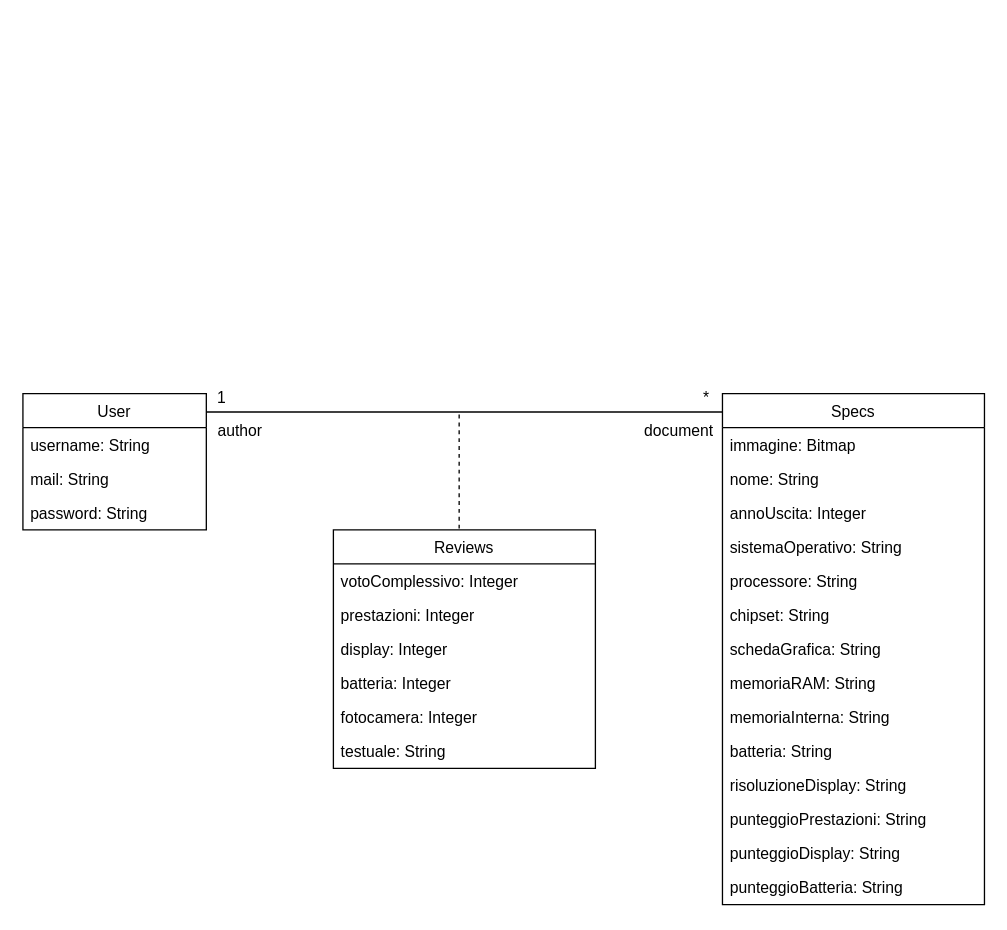
The draw.io diagram doc/diagrammi/ClassDiagram.drawio in alfonsograziano/Progetto-IS-FIA, before the edit. Source tidied: cells renumbered, new cells numbered last; positions are measured from the earlier drawing's top-left corner, leaving out a move shared by most shapes. Both pictures are drawn from the tidied source at 131%, with x=0, y=0 at pixel (22, 385).
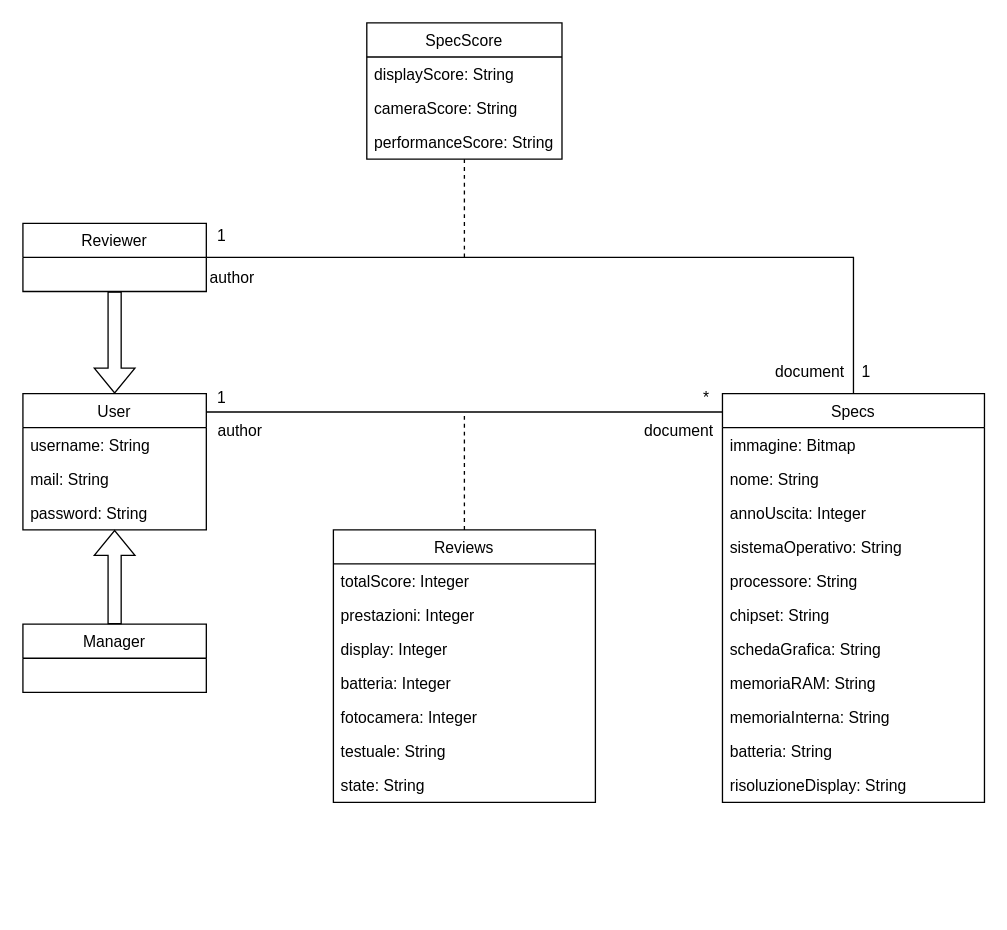
The same page after the edit.

Unchanged cells that the change refers to:
```xml
<mxCell id="7" value="User" style="swimlane;fontStyle=0;horizontal=1;startSize=26;fillColor=none;fontSize=12;" parent="1" vertex="1">
  <mxGeometry y="6" width="140" height="104" as="geometry" />
</mxCell>
```

Change to the diagram source:
```diff
@@
     <mxCell id="11" value="Specs" style="swimlane;fontStyle=0;horizontal=1;startSize=26;fillColor=none;fontSize=12;" parent="1" vertex="1">
-      <mxGeometry x="534" y="6" width="200" height="390" as="geometry" />
+      <mxGeometry x="534" y="6" width="200" height="312" as="geometry" />
     </mxCell>
@@
-    <mxCell id="23" value="punteggioPrestazioni: String" style="text;strokeColor=none;fillColor=none;align=left;verticalAlign=top;spacingLeft=4;spacingRight=4;overflow=hidden;" parent="11" vertex="1">
-      <mxGeometry y="312" width="200" height="26" as="geometry" />
-    </mxCell>
-    <mxCell id="24" value="punteggioDisplay: String" style="text;strokeColor=none;fillColor=none;align=left;verticalAlign=top;spacingLeft=4;spacingRight=4;overflow=hidden;" parent="11" vertex="1">
-      <mxGeometry y="338" width="200" height="26" as="geometry" />
-    </mxCell>
-    <mxCell id="25" value="punteggioBatteria: String" style="text;strokeColor=none;fillColor=none;align=left;verticalAlign=top;spacingLeft=4;spacingRight=4;overflow=hidden;" parent="11" vertex="1">
-      <mxGeometry y="364" width="200" height="26" as="geometry" />
-    </mxCell>
-    <mxCell id="26" style="endArrow=none;dashed=1;html=1;" parent="1" edge="1">
-      <mxGeometry relative="1" as="geometry">
-        <mxPoint x="333" y="109" as="sourcePoint" />
-        <mxPoint x="333" y="20" as="targetPoint" />
-      </mxGeometry>
-    </mxCell>
+    <mxCell id="34" style="edgeStyle=orthogonalEdgeStyle;rounded=0;jettySize=auto;html=1;dashed=1;endArrow=none;endFill=0;" parent="1" edge="1" source="27">
+      <mxGeometry relative="1" as="geometry">
+        <mxPoint x="337" y="20" as="targetPoint" />
+      </mxGeometry>
+    </mxCell>
     <mxCell id="27" value="Reviews" style="swimlane;fontStyle=0;horizontal=1;startSize=26;fillColor=none;fontSize=12;" parent="1" vertex="1">
-      <mxGeometry x="237" y="110" width="200" height="182" as="geometry" />
+      <mxGeometry x="237" y="110" width="200" height="208" as="geometry" />
     </mxCell>
-    <mxCell id="28" value="votoComplessivo: Integer" style="text;strokeColor=none;fillColor=none;align=left;verticalAlign=top;spacingLeft=4;spacingRight=4;overflow=hidden;" parent="27" vertex="1">
+    <mxCell id="28" value="totalScore: Integer" style="text;strokeColor=none;fillColor=none;align=left;verticalAlign=top;spacingLeft=4;spacingRight=4;overflow=hidden;" parent="27" vertex="1">
       <mxGeometry y="26" width="200" height="26" as="geometry" />
     </mxCell>
@@
+    <mxCell id="35" value="state: String" style="text;strokeColor=none;fillColor=none;align=left;verticalAlign=top;spacingLeft=4;spacingRight=4;overflow=hidden;" parent="27" vertex="1">
+      <mxGeometry y="182" width="200" height="26" as="geometry" />
+    </mxCell>
+    <mxCell id="36" style="edgeStyle=orthogonalEdgeStyle;shape=flexArrow;rounded=0;jettySize=auto;html=1;entryX=0.5;entryY=1;entryDx=0;entryDy=0;" parent="1" edge="1" source="37" target="7">
+      <mxGeometry relative="1" as="geometry" />
+    </mxCell>
+    <mxCell id="37" value="Manager" style="swimlane;fontStyle=0;horizontal=1;startSize=26;fillColor=none;fontSize=12;" parent="1" vertex="1">
+      <mxGeometry y="182" width="140" height="52" as="geometry" />
+    </mxCell>
+    <mxCell id="38" style="edgeStyle=orthogonalEdgeStyle;shape=flexArrow;rounded=0;jettySize=auto;html=1;entryX=0.5;entryY=0;entryDx=0;entryDy=0;" parent="1" edge="1" source="40" target="7">
+      <mxGeometry relative="1" as="geometry" />
+    </mxCell>
+    <mxCell id="39" style="edgeStyle=orthogonalEdgeStyle;rounded=0;jettySize=auto;html=1;entryX=0.5;entryY=0;entryDx=0;entryDy=0;endArrow=none;endFill=0;" parent="1" edge="1" source="40" target="11">
+      <mxGeometry relative="1" as="geometry" />
+    </mxCell>
+    <mxCell id="40" value="Reviewer" style="swimlane;fontStyle=0;horizontal=1;startSize=26;fillColor=none;fontSize=12;" parent="1" vertex="1">
+      <mxGeometry y="-124" width="140" height="52" as="geometry" />
+    </mxCell>
+    <mxCell id="41" value="1" style="text;html=1;strokeColor=none;fillColor=none;align=center;verticalAlign=middle;whiteSpace=wrap;rounded=0;" parent="1" vertex="1">
+      <mxGeometry x="132" y="-124" width="40" height="20" as="geometry" />
+    </mxCell>
+    <mxCell id="42" value="1" style="text;html=1;strokeColor=none;fillColor=none;align=center;verticalAlign=middle;whiteSpace=wrap;rounded=0;" parent="1" vertex="1">
+      <mxGeometry x="624" y="-20" width="40" height="20" as="geometry" />
+    </mxCell>
+    <mxCell id="43" style="edgeStyle=orthogonalEdgeStyle;rounded=0;jettySize=auto;html=1;endArrow=none;endFill=0;dashed=1;" parent="1" edge="1" source="44">
+      <mxGeometry relative="1" as="geometry">
+        <mxPoint x="337" y="-97" as="targetPoint" />
+      </mxGeometry>
+    </mxCell>
+    <mxCell id="44" value="SpecScore" style="swimlane;fontStyle=0;horizontal=1;startSize=26;fillColor=none;fontSize=12;" parent="1" vertex="1">
+      <mxGeometry x="262.5" y="-277" width="149" height="104" as="geometry" />
+    </mxCell>
+    <mxCell id="45" value="displayScore: String" style="text;strokeColor=none;fillColor=none;align=left;verticalAlign=top;spacingLeft=4;spacingRight=4;overflow=hidden;" parent="44" vertex="1">
+      <mxGeometry y="26" width="149" height="26" as="geometry" />
+    </mxCell>
+    <mxCell id="46" value="cameraScore: String" style="text;strokeColor=none;fillColor=none;align=left;verticalAlign=top;spacingLeft=4;spacingRight=4;overflow=hidden;" parent="44" vertex="1">
+      <mxGeometry y="52" width="149" height="26" as="geometry" />
+    </mxCell>
+    <mxCell id="47" value="performanceScore: String" style="text;strokeColor=none;fillColor=none;align=left;verticalAlign=top;spacingLeft=4;spacingRight=4;overflow=hidden;" parent="44" vertex="1">
+      <mxGeometry y="78" width="149" height="26" as="geometry" />
+    </mxCell>
+    <mxCell id="48" value="author" style="text;html=1;strokeColor=none;fillColor=none;align=center;verticalAlign=middle;whiteSpace=wrap;rounded=0;" parent="1" vertex="1">
+      <mxGeometry x="140" y="-92" width="40" height="20" as="geometry" />
+    </mxCell>
+    <mxCell id="49" value="document" style="text;html=1;strokeColor=none;fillColor=none;align=center;verticalAlign=middle;whiteSpace=wrap;rounded=0;" parent="1" vertex="1">
+      <mxGeometry x="581" y="-20" width="40" height="20" as="geometry" />
+    </mxCell>
```
